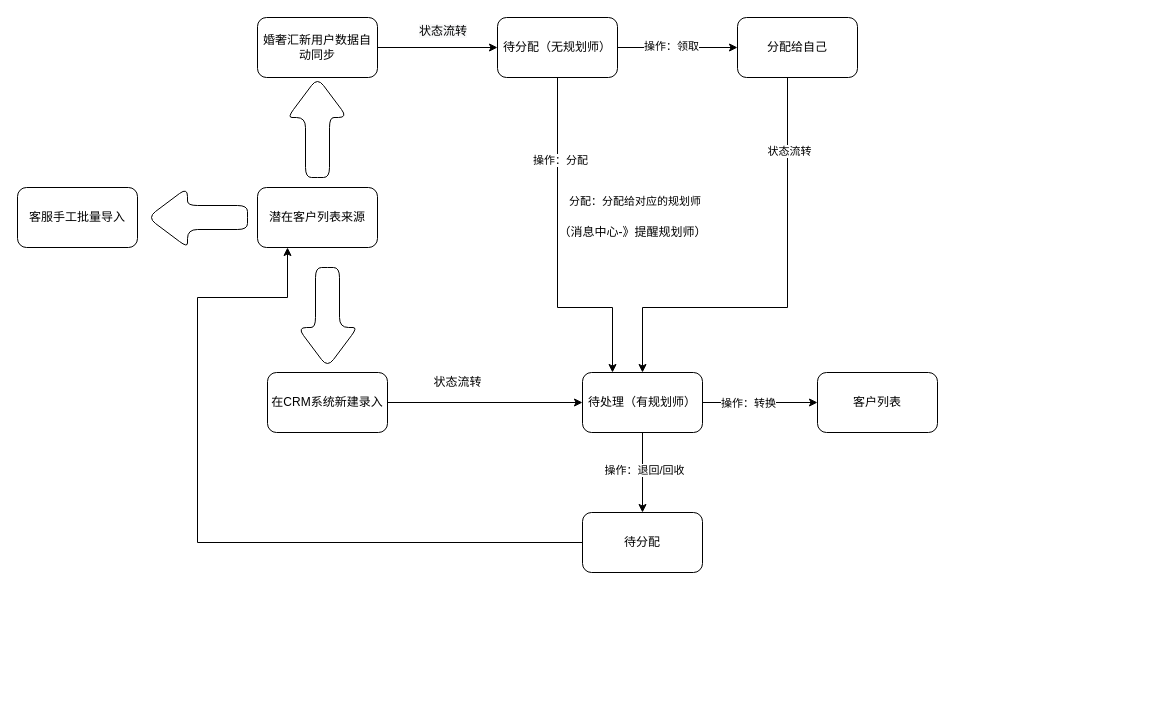
Above: 婚奢汇业务流程图/CRM系统流转图.drawio in YYB1024/myRemoteRepo (draw.io), before the change. Source tidied: cells renumbered, new cells numbered last; positions are measured from the earlier drawing's top-left corner, leaving out a move shared by most shapes. Both pictures are drawn from the tidied source at 100%, with x=0, y=0 at pixel (17, 17).
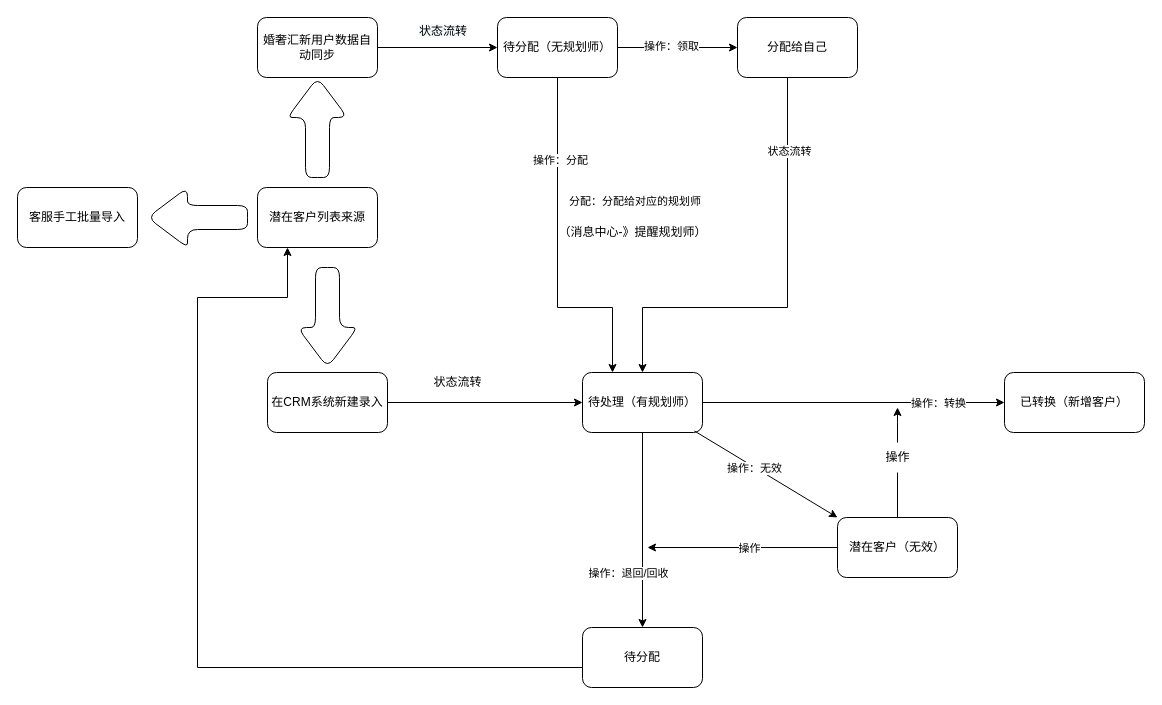
Above is the later version.

Commit message (it also covers changes not shown here):
更新CRM系统流转图.drawio

The change refers to these unchanged cells:
```xml
<mxCell id="2" value="潜在客户列表来源" style="rounded=1;whiteSpace=wrap;html=1;" parent="1" vertex="1">
  <mxGeometry x="240" y="170" width="120" height="60" as="geometry" />
</mxCell>
<mxCell id="10" style="edgeStyle=orthogonalEdgeStyle;rounded=0;jettySize=auto;html=1;" parent="1" edge="1" source="14" target="25">
  <mxGeometry relative="1" as="geometry" />
</mxCell>
<mxCell id="12" style="edgeStyle=orthogonalEdgeStyle;rounded=0;jettySize=auto;html=1;" parent="1" edge="1" source="14" target="30">
  <mxGeometry relative="1" as="geometry" />
</mxCell>
<mxCell id="14" value="待处理（有规划师）" style="whiteSpace=wrap;html=1;rounded=1;" parent="1" vertex="1">
  <mxGeometry x="565" y="355" width="120" height="60" as="geometry" />
</mxCell>
```

Diff of the diagram source:
```diff
@@
     <mxCell id="11" value="操作：退回/回收" style="edgeLabel;html=1;align=center;verticalAlign=middle;" parent="10" vertex="1">
       <mxGeometry x="-0.1" y="1" relative="1" as="geometry">
-        <mxPoint y="1" as="offset" />
+        <mxPoint x="-16" y="52" as="offset" />
       </mxGeometry>
     </mxCell>
@@
     <mxCell id="13" value="操作：转换" style="edgeLabel;html=1;align=center;verticalAlign=middle;" parent="12" vertex="1">
       <mxGeometry x="-0.5" y="2" relative="1" as="geometry">
-        <mxPoint x="16" y="2" as="offset" />
+        <mxPoint x="159" y="2" as="offset" />
       </mxGeometry>
     </mxCell>
@@
     <mxCell id="24" style="edgeStyle=orthogonalEdgeStyle;rounded=0;jettySize=auto;html=1;entryX=0.25;entryY=1;entryDx=0;entryDy=0;" parent="1" edge="1" source="25" target="2">
       <mxGeometry relative="1" as="geometry">
         <Array as="points">
-          <mxPoint x="180" y="525" />
+          <mxPoint x="180" y="650" />
           <mxPoint x="180" y="280" />
           <mxPoint x="270" y="280" />
         </Array>
       </mxGeometry>
     </mxCell>
     <mxCell id="25" value="待分配" style="whiteSpace=wrap;html=1;rounded=1;" parent="1" vertex="1">
-      <mxGeometry x="565" y="495" width="120" height="60" as="geometry" />
+      <mxGeometry x="565" y="610" width="120" height="60" as="geometry" />
     </mxCell>
@@
-    <mxCell id="30" value="客户列表" style="whiteSpace=wrap;html=1;rounded=1;" parent="1" vertex="1">
-      <mxGeometry x="800" y="355" width="120" height="60" as="geometry" />
+    <mxCell id="30" value="已转换（新增客户）" style="whiteSpace=wrap;html=1;rounded=1;" parent="1" vertex="1">
+      <mxGeometry x="987" y="355" width="140" height="60" as="geometry" />
     </mxCell>
+    <mxCell id="31" style="endArrow=classic;html=1;rounded=0;exitX=0.933;exitY=0.975;exitDx=0;exitDy=0;exitPerimeter=0;entryX=0;entryY=0;entryDx=0;entryDy=0;" parent="1" edge="1" source="14" target="36">
+      <mxGeometry relative="1" as="geometry" />
+    </mxCell>
+    <mxCell id="32" value="操作：无效" style="edgeLabel;html=1;align=center;verticalAlign=middle;" parent="31" vertex="1">
+      <mxGeometry x="-0.16" y="-1" relative="1" as="geometry" />
+    </mxCell>
+    <mxCell id="33" style="edgeStyle=orthogonalEdgeStyle;rounded=0;jettySize=auto;html=1;" parent="1" edge="1" source="36">
+      <mxGeometry relative="1" as="geometry">
+        <mxPoint x="630" y="530" as="targetPoint" />
+      </mxGeometry>
+    </mxCell>
+    <mxCell id="34" value="操作" style="edgeLabel;html=1;align=center;verticalAlign=middle;" parent="33" vertex="1">
+      <mxGeometry x="-0.07" relative="1" as="geometry" />
+    </mxCell>
+    <mxCell id="35" style="edgeStyle=orthogonalEdgeStyle;rounded=0;jettySize=auto;html=1;startArrow=none;" parent="1" edge="1" source="37">
+      <mxGeometry relative="1" as="geometry">
+        <mxPoint x="880" y="390" as="targetPoint" />
+      </mxGeometry>
+    </mxCell>
+    <mxCell id="36" value="潜在客户（无效）" style="rounded=1;whiteSpace=wrap;html=1;" parent="1" vertex="1">
+      <mxGeometry x="820" y="500" width="120" height="60" as="geometry" />
+    </mxCell>
+    <mxCell id="37" value="操作" style="text;html=1;align=center;verticalAlign=middle;points=[];strokeColor=none;fillColor=none;" parent="1" vertex="1">
+      <mxGeometry x="855" y="425" width="50" height="30" as="geometry" />
+    </mxCell>
+    <mxCell id="38" style="edgeStyle=orthogonalEdgeStyle;rounded=0;jettySize=auto;html=1;endArrow=none;" parent="1" edge="1" source="36" target="37">
+      <mxGeometry relative="1" as="geometry" />
+    </mxCell>
```
